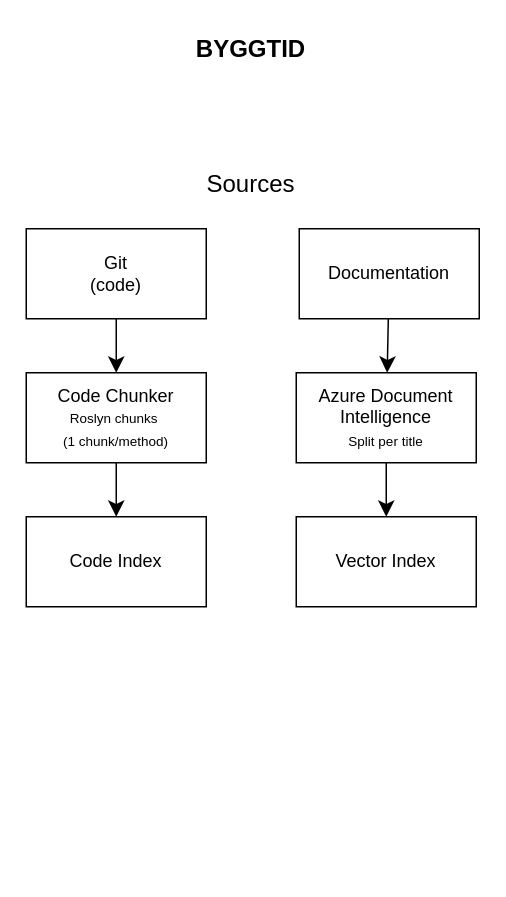
This is page "Byggtid" (2 of 3) of Other/Namnlöst diagram.drawio from antonlidstroem/Flowcharts, a draw.io file, before an edit. Source tidied: cells renumbered, new cells numbered last; positions are measured from the earlier drawing's top-left corner, leaving out a move shared by most shapes. Both pictures are drawn from the tidied source at 150%, with x=0, y=0 at pixel (26, 26).
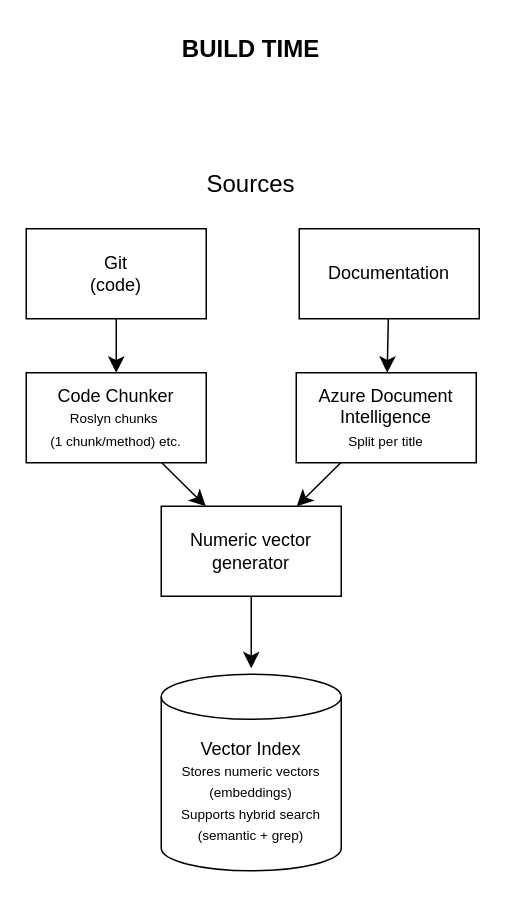
The same page after the edit.

Change to the diagram source:
```diff
@@
 <mxGraphModel>
   <root>
     <mxCell id="0" />
     <mxCell id="1" parent="0" />
-    <mxCell id="2" value="&lt;b&gt;BYGGTID&lt;/b&gt;" style="text;html=1;whiteSpace=wrap;strokeColor=none;fillColor=none;align=center;verticalAlign=middle;rounded=0;fontSize=16;" parent="1" vertex="1">
+    <mxCell id="2" value="&lt;b&gt;BUILD TIME&lt;/b&gt;" style="text;html=1;whiteSpace=wrap;strokeColor=none;fillColor=none;align=center;verticalAlign=middle;rounded=0;fontSize=16;" parent="1" vertex="1">
       <mxGeometry x="101" width="98" height="30" as="geometry" />
     </mxCell>
     <mxCell id="3" style="edgeStyle=none;curved=1;rounded=0;jettySize=auto;html=1;entryX=0.5;entryY=0;entryDx=0;entryDy=0;fontSize=12;startSize=8;endSize=8;" parent="1" edge="1" source="4" target="9">
       <mxGeometry relative="1" as="geometry" />
     </mxCell>
     <mxCell id="4" value="Git&lt;div&gt;(code)&lt;/div&gt;" style="rounded=0;whiteSpace=wrap;html=1;" parent="1" vertex="1">
       <mxGeometry y="135" width="120" height="60" as="geometry" />
     </mxCell>
     <mxCell id="5" value="Sources" style="text;html=1;whiteSpace=wrap;strokeColor=none;fillColor=none;align=center;verticalAlign=middle;rounded=0;fontSize=16;" parent="1" vertex="1">
       <mxGeometry x="120" y="90" width="60" height="30" as="geometry" />
     </mxCell>
     <mxCell id="6" style="edgeStyle=none;curved=1;rounded=0;jettySize=auto;html=1;fontSize=12;startSize=8;endSize=8;" parent="1" edge="1" source="7" target="11">
       <mxGeometry relative="1" as="geometry" />
     </mxCell>
     <mxCell id="7" value="Documentation" style="rounded=0;whiteSpace=wrap;html=1;" parent="1" vertex="1">
       <mxGeometry x="182" y="135" width="120" height="60" as="geometry" />
     </mxCell>
     <mxCell id="8" style="edgeStyle=none;curved=1;rounded=0;jettySize=auto;html=1;fontSize=12;startSize=8;endSize=8;" parent="1" edge="1" source="9" target="13">
       <mxGeometry relative="1" as="geometry" />
     </mxCell>
-    <mxCell id="9" value="Code Chunker&lt;div&gt;&lt;font style=&quot;font-size: 9px;&quot;&gt;Roslyn chunks&amp;nbsp;&lt;/font&gt;&lt;/div&gt;&lt;div&gt;&lt;font style=&quot;font-size: 9px;&quot;&gt;(1 chunk/method)&lt;/font&gt;&lt;/div&gt;" style="rounded=0;whiteSpace=wrap;html=1;" parent="1" vertex="1">
+    <mxCell id="9" value="Code Chunker&lt;div&gt;&lt;font style=&quot;font-size: 9px;&quot;&gt;Roslyn chunks&amp;nbsp;&lt;/font&gt;&lt;/div&gt;&lt;div&gt;&lt;font style=&quot;font-size: 9px;&quot;&gt;(1 chunk/method) etc.&lt;/font&gt;&lt;/div&gt;" style="rounded=0;whiteSpace=wrap;html=1;" parent="1" vertex="1">
       <mxGeometry y="231" width="120" height="60" as="geometry" />
     </mxCell>
-    <mxCell id="10" style="edgeStyle=none;curved=1;rounded=0;jettySize=auto;html=1;fontSize=12;startSize=8;endSize=8;" parent="1" edge="1" source="11" target="12">
-      <mxGeometry relative="1" as="geometry" />
-    </mxCell>
+    <mxCell id="14" style="edgeStyle=none;curved=1;rounded=0;jettySize=auto;html=1;fontSize=12;startSize=8;endSize=8;" parent="1" edge="1" source="11" target="13">
+      <mxGeometry relative="1" as="geometry" />
+    </mxCell>
     <mxCell id="11" value="Azure Document Intelligence&lt;div&gt;&lt;font style=&quot;font-size: 9px;&quot;&gt;Split per title&lt;/font&gt;&lt;/div&gt;" style="whiteSpace=wrap;html=1;rounded=0;" parent="1" vertex="1">
       <mxGeometry x="180" y="231" width="120" height="60" as="geometry" />
     </mxCell>
-    <mxCell id="12" value="Vector Index" style="whiteSpace=wrap;html=1;rounded=0;" parent="1" vertex="1">
-      <mxGeometry x="180" y="327" width="120" height="60" as="geometry" />
-    </mxCell>
+    <mxCell id="15" style="edgeStyle=none;curved=1;rounded=0;jettySize=auto;html=1;fontSize=12;startSize=8;endSize=8;" parent="1" edge="1" source="13">
+      <mxGeometry relative="1" as="geometry">
+        <mxPoint x="150" y="428" as="targetPoint" />
+      </mxGeometry>
+    </mxCell>
-    <mxCell id="13" value="Code Index" style="whiteSpace=wrap;html=1;rounded=0;" parent="1" vertex="1">
-      <mxGeometry y="327" width="120" height="60" as="geometry" />
+    <mxCell id="13" value="Numeric vector generator" style="whiteSpace=wrap;html=1;rounded=0;" parent="1" vertex="1">
+      <mxGeometry x="90" y="320" width="120" height="60" as="geometry" />
     </mxCell>
+    <mxCell id="16" value="Vector Index&lt;div&gt;&lt;font style=&quot;font-size: 9px;&quot;&gt;Stores numeric vectors (embeddings)&lt;br&gt;Supports hybrid search (semantic + grep)&lt;/font&gt;&lt;/div&gt;" style="shape=cylinder3;whiteSpace=wrap;html=1;boundedLbl=1;backgroundOutline=1;size=15;" parent="1" vertex="1">
+      <mxGeometry x="90" y="432" width="120" height="131" as="geometry" />
+    </mxCell>
   </root>
 </mxGraphModel>
```
